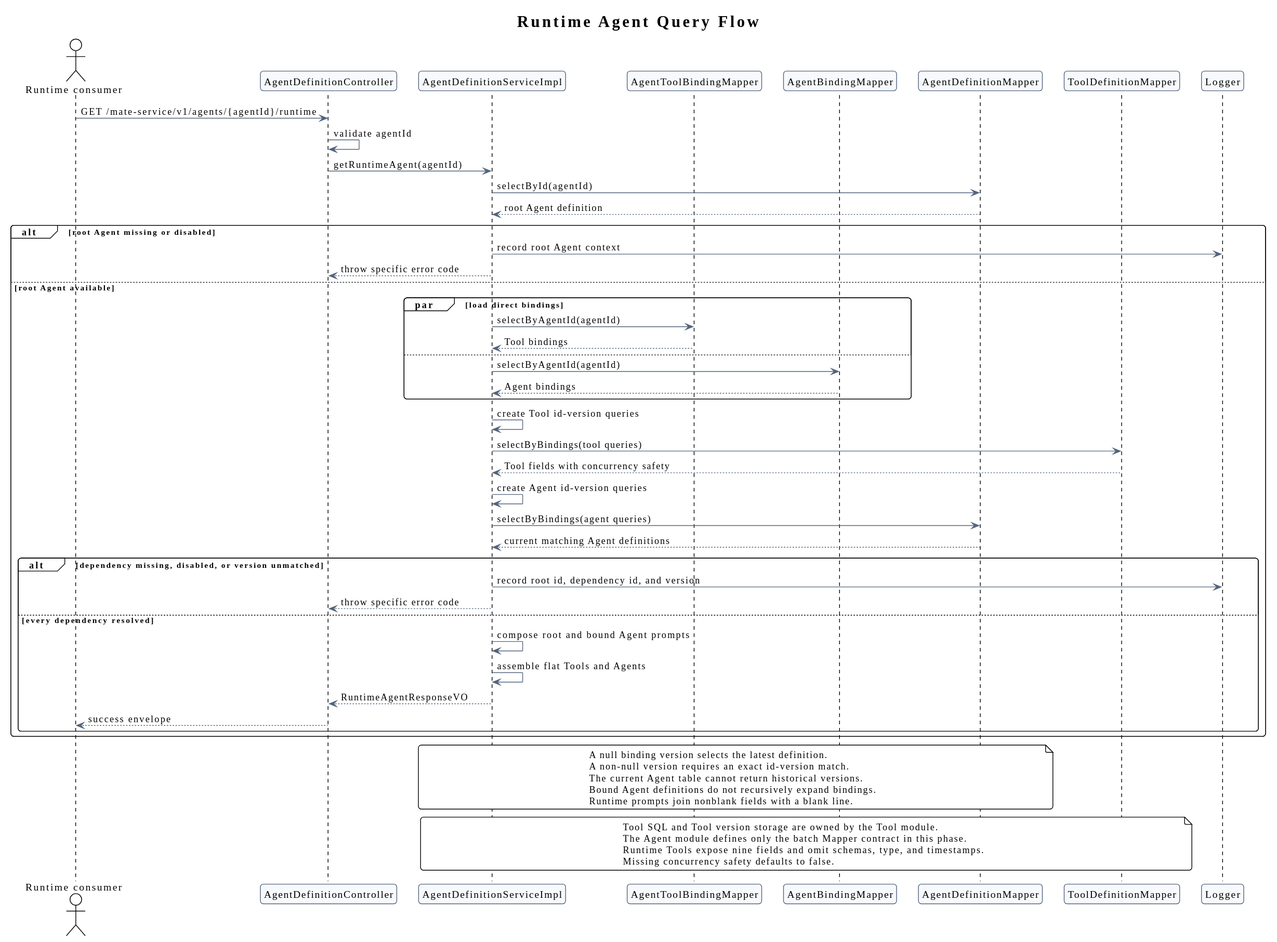
ssm0808/pi-mono-java-design keeps this PlantUML diagram as agent-metadata-gaussdb-design/runtime_agent_query_flow.svg. Above is the earlier version.
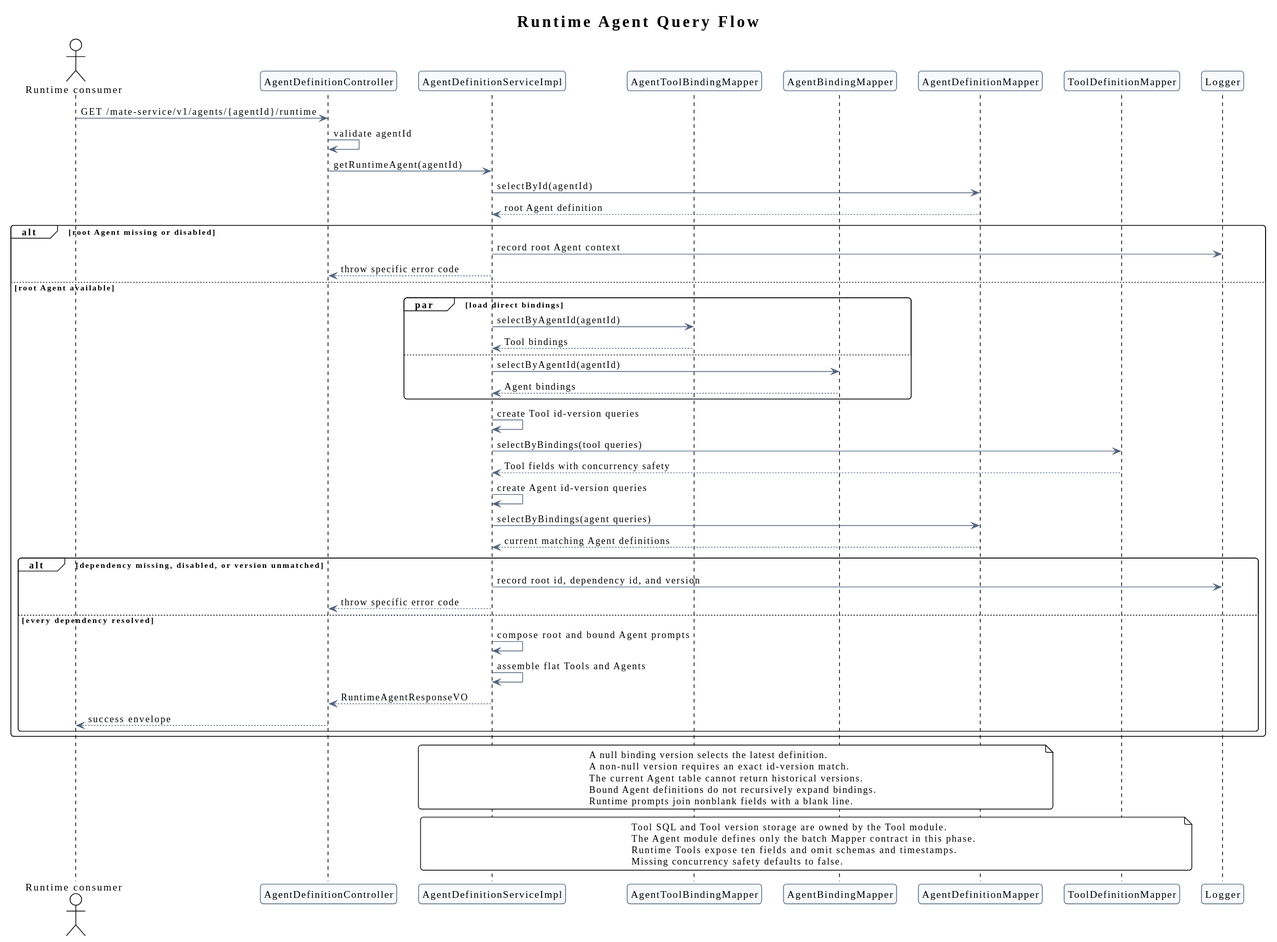
The same diagram one commit later.

Commit message:
docs(agent): align runtime metadata fields

Change to the diagram source:
```diff
@@ -67,7 +67,7 @@
 note over Service,ToolMapper
   Tool SQL and Tool version storage are owned by the Tool module.
   The Agent module defines only the batch Mapper contract in this phase.
-  Runtime Tools expose nine fields and omit schemas, type, and timestamps.
+  Runtime Tools expose ten fields and omit schemas and timestamps.
   Missing concurrency safety defaults to false.
 end note
 @enduml
```
